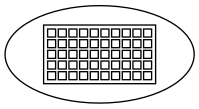
Before: M4.gv.png, a diagram exported from Graphviz (laraajosee/IPC2_Proyecto2_201344708). Its source is kept beside it as M4.gv.
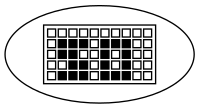
Later version of the same file.

Change to the diagram source:
```diff
@@ -2,13 +2,13 @@
 	tab [label=<<TABLE>
 <TR><TD></TD><TD></TD><TD></TD><TD></TD><TD></TD><TD></TD><TD></TD><TD></TD><TD></TD><TD></TD>
 </TR>
-<TR><TD></TD><TD></TD><TD></TD><TD></TD><TD></TD><TD></TD><TD></TD><TD></TD><TD></TD><TD></TD>
+<TR><TD></TD><TD bgcolor="black"></TD><TD bgcolor="black"></TD><TD bgcolor="black"></TD><TD></TD><TD bgcolor="black"></TD><TD bgcolor="black"></TD><TD bgcolor="black"></TD><TD></TD><TD></TD>
 </TR>
-<TR><TD></TD><TD></TD><TD></TD><TD></TD><TD></TD><TD></TD><TD></TD><TD></TD><TD></TD><TD></TD>
+<TR><TD></TD><TD bgcolor="black"></TD><TD bgcolor="black"></TD><TD></TD><TD></TD><TD bgcolor="black"></TD><TD></TD><TD bgcolor="black"></TD><TD></TD><TD></TD>
 </TR>
-<TR><TD></TD><TD></TD><TD></TD><TD></TD><TD></TD><TD></TD><TD></TD><TD></TD><TD></TD><TD></TD>
+<TR><TD></TD><TD></TD><TD bgcolor="black"></TD><TD bgcolor="black"></TD><TD></TD><TD bgcolor="black"></TD><TD></TD><TD bgcolor="black"></TD><TD></TD><TD></TD>
 </TR>
-<TR><TD></TD><TD></TD><TD></TD><TD></TD><TD></TD><TD></TD><TD></TD><TD></TD><TD></TD><TD></TD>
+<TR><TD></TD><TD bgcolor="black"></TD><TD bgcolor="black"></TD><TD bgcolor="black"></TD><TD></TD><TD bgcolor="black"></TD><TD bgcolor="black"></TD><TD bgcolor="black"></TD><TD></TD><TD></TD>
 </TR>
 </TABLE>>]
 }
```
